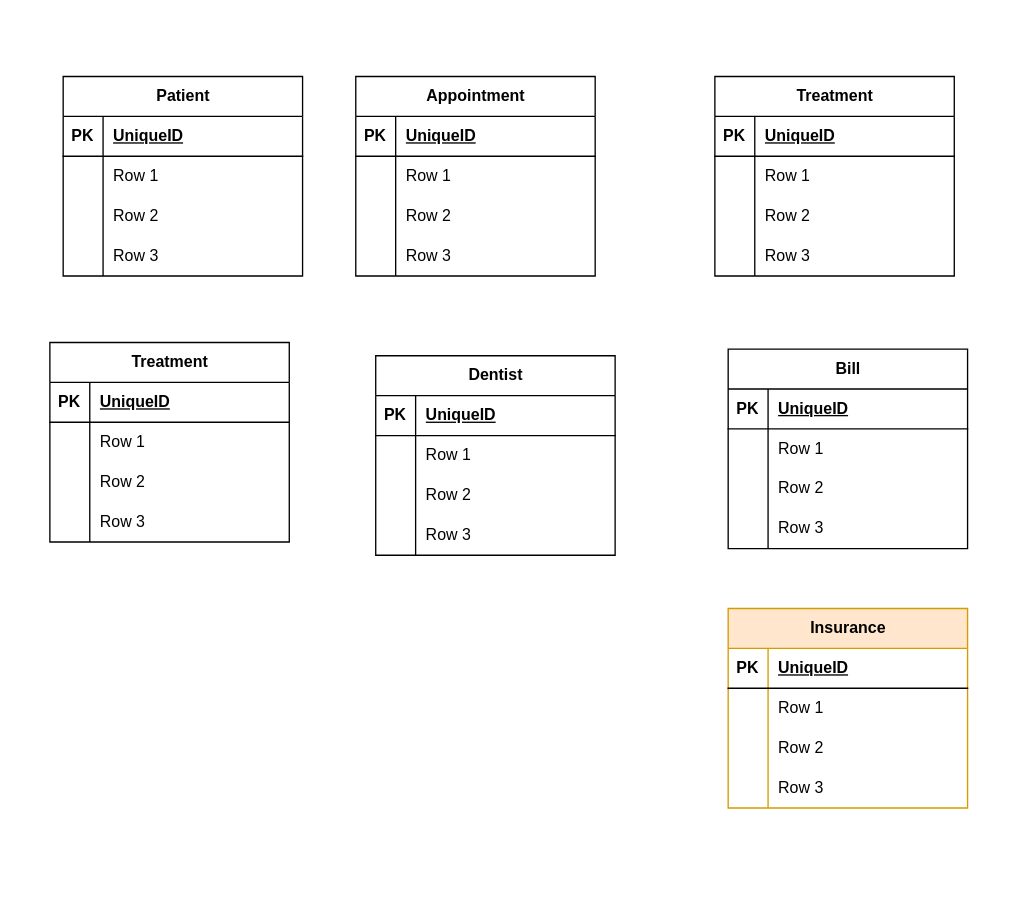
m-bernardin/Database-LIA keeps this draw.io diagram as Deliverable1/erDiagram.drawio. Above is the earlier version. Source tidied: cells renumbered, new cells numbered last; positions are measured from the earlier drawing's top-left corner, leaving out a move shared by most shapes. Both pictures are drawn from the tidied source at 133%, with x=0, y=0 at pixel (49, 76).
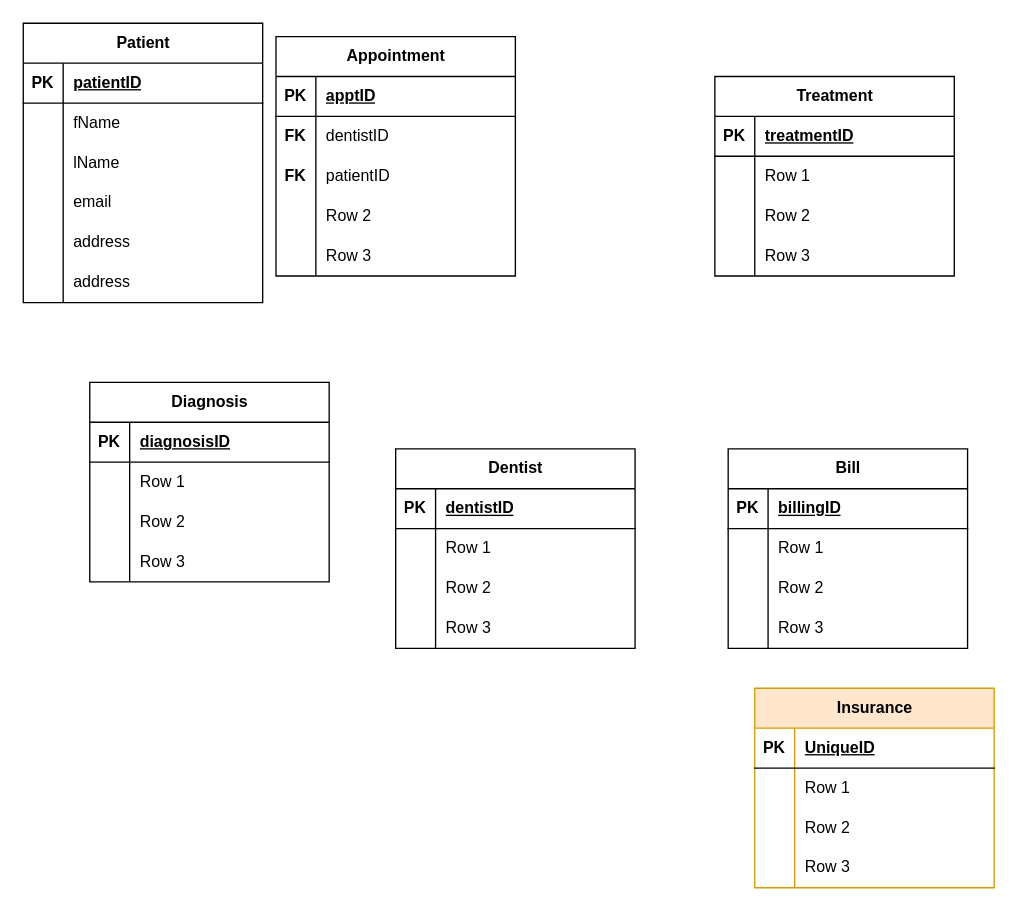
The same diagram, later.

Commit message (it also covers changes not shown here):
added basic entities to er

The change refers to these unchanged cells:
```xml
<mxCell id="3" style="shape=tableRow;horizontal=0;startSize=0;swimlaneHead=0;swimlaneBody=0;fillColor=none;top=0;left=0;right=0;bottom=1;" parent="2" vertex="1">
  <mxGeometry y="30" width="180" height="30" as="geometry" />
</mxCell>
<mxCell id="6" style="shape=tableRow;horizontal=0;startSize=0;swimlaneHead=0;swimlaneBody=0;fillColor=none;top=0;left=0;right=0;bottom=0;" parent="2" vertex="1">
  <mxGeometry y="60" width="180" height="30" as="geometry" />
</mxCell>
<mxCell id="9" style="shape=tableRow;horizontal=0;startSize=0;swimlaneHead=0;swimlaneBody=0;fillColor=none;top=0;left=0;right=0;bottom=0;" parent="2" vertex="1">
  <mxGeometry y="90" width="180" height="30" as="geometry" />
</mxCell>
<mxCell id="12" style="shape=tableRow;horizontal=0;startSize=0;swimlaneHead=0;swimlaneBody=0;fillColor=none;top=0;left=0;right=0;bottom=0;" parent="2" vertex="1">
  <mxGeometry y="120" width="180" height="30" as="geometry" />
</mxCell>
<mxCell id="16" style="shape=tableRow;horizontal=0;startSize=0;swimlaneHead=0;swimlaneBody=0;fillColor=none;top=0;left=0;right=0;bottom=1;" parent="15" vertex="1">
  <mxGeometry y="30" width="180" height="30" as="geometry" />
</mxCell>
<mxCell id="19" style="shape=tableRow;horizontal=0;startSize=0;swimlaneHead=0;swimlaneBody=0;fillColor=none;top=0;left=0;right=0;bottom=0;" parent="15" vertex="1">
  <mxGeometry y="60" width="180" height="30" as="geometry" />
</mxCell>
<mxCell id="29" style="shape=tableRow;horizontal=0;startSize=0;swimlaneHead=0;swimlaneBody=0;fillColor=none;top=0;left=0;right=0;bottom=1;" parent="28" vertex="1">
  <mxGeometry y="30" width="180" height="30" as="geometry" />
</mxCell>
<mxCell id="42" style="shape=tableRow;horizontal=0;startSize=0;swimlaneHead=0;swimlaneBody=0;fillColor=none;top=0;left=0;right=0;bottom=1;" parent="41" vertex="1">
  <mxGeometry y="30" width="180" height="30" as="geometry" />
</mxCell>
<mxCell id="55" style="shape=tableRow;horizontal=0;startSize=0;swimlaneHead=0;swimlaneBody=0;fillColor=none;top=0;left=0;right=0;bottom=1;" parent="54" vertex="1">
  <mxGeometry y="30" width="180" height="30" as="geometry" />
</mxCell>
<mxCell id="68" style="shape=tableRow;horizontal=0;startSize=0;swimlaneHead=0;swimlaneBody=0;fillColor=none;top=0;left=0;right=0;bottom=1;" parent="67" vertex="1">
  <mxGeometry y="30" width="180" height="30" as="geometry" />
</mxCell>
```

What changed in the source:
```diff
@@
     <mxCell id="2" value="Patient" style="shape=table;startSize=30;childLayout=tableLayout;rowLines=0;fontStyle=1;align=center;html=1;" parent="1" vertex="1">
-      <mxGeometry x="10" width="180" height="150" as="geometry" />
+      <mxGeometry x="-20" y="-40" width="180" height="210" as="geometry" />
     </mxCell>
@@
-    <mxCell id="5" value="UniqueID" style="shape=partialRectangle;fillColor=none;top=0;left=0;bottom=0;right=0;align=left;spacingLeft=6;fontStyle=5;overflow=hidden;whiteSpace=wrap;html=1;" parent="3" vertex="1">
+    <mxCell id="5" value="patientID" style="shape=partialRectangle;fillColor=none;top=0;left=0;bottom=0;right=0;align=left;spacingLeft=6;fontStyle=5;overflow=hidden;whiteSpace=wrap;html=1;" parent="3" vertex="1">
       <mxGeometry x="30" width="150" height="30" as="geometry" />
     </mxCell>
@@
-    <mxCell id="8" value="Row 1" style="shape=partialRectangle;fillColor=none;top=0;left=0;bottom=0;right=0;align=left;spacingLeft=6;overflow=hidden;whiteSpace=wrap;html=1;" parent="6" vertex="1">
+    <mxCell id="8" value="fName" style="shape=partialRectangle;fillColor=none;top=0;left=0;bottom=0;right=0;align=left;spacingLeft=6;overflow=hidden;whiteSpace=wrap;html=1;" parent="6" vertex="1">
       <mxGeometry x="30" width="150" height="30" as="geometry" />
     </mxCell>
@@
-    <mxCell id="11" value="Row 2" style="shape=partialRectangle;fillColor=none;top=0;left=0;bottom=0;right=0;align=left;spacingLeft=6;overflow=hidden;whiteSpace=wrap;html=1;" parent="9" vertex="1">
+    <mxCell id="11" value="lName" style="shape=partialRectangle;fillColor=none;top=0;left=0;bottom=0;right=0;align=left;spacingLeft=6;overflow=hidden;whiteSpace=wrap;html=1;" parent="9" vertex="1">
       <mxGeometry x="30" width="150" height="30" as="geometry" />
     </mxCell>
@@
-    <mxCell id="14" value="Row 3" style="shape=partialRectangle;fillColor=none;top=0;left=0;bottom=0;right=0;align=left;spacingLeft=6;overflow=hidden;whiteSpace=wrap;html=1;" parent="12" vertex="1">
+    <mxCell id="14" value="&lt;div&gt;email&lt;/div&gt;" style="shape=partialRectangle;fillColor=none;top=0;left=0;bottom=0;right=0;align=left;spacingLeft=6;overflow=hidden;whiteSpace=wrap;html=1;" parent="12" vertex="1">
       <mxGeometry x="30" width="150" height="30" as="geometry" />
     </mxCell>
+    <mxCell id="93" style="shape=tableRow;horizontal=0;startSize=0;swimlaneHead=0;swimlaneBody=0;fillColor=none;top=0;left=0;right=0;bottom=0;" parent="2" vertex="1">
+      <mxGeometry y="150" width="180" height="30" as="geometry" />
+    </mxCell>
+    <mxCell id="94" style="shape=partialRectangle;fillColor=none;top=0;left=0;bottom=0;right=0;overflow=hidden;whiteSpace=wrap;html=1;" parent="93" vertex="1">
+      <mxGeometry width="30" height="30" as="geometry" />
+    </mxCell>
+    <mxCell id="95" value="address" style="shape=partialRectangle;fillColor=none;top=0;left=0;bottom=0;right=0;align=left;spacingLeft=6;overflow=hidden;whiteSpace=wrap;html=1;" parent="93" vertex="1">
+      <mxGeometry x="30" width="150" height="30" as="geometry" />
+    </mxCell>
+    <mxCell id="96" style="shape=tableRow;horizontal=0;startSize=0;swimlaneHead=0;swimlaneBody=0;fillColor=none;top=0;left=0;right=0;bottom=0;" parent="2" vertex="1">
+      <mxGeometry y="180" width="180" height="30" as="geometry" />
+    </mxCell>
+    <mxCell id="97" style="shape=partialRectangle;fillColor=none;top=0;left=0;bottom=0;right=0;overflow=hidden;whiteSpace=wrap;html=1;" parent="96" vertex="1">
+      <mxGeometry width="30" height="30" as="geometry" />
+    </mxCell>
+    <mxCell id="98" value="address" style="shape=partialRectangle;fillColor=none;top=0;left=0;bottom=0;right=0;align=left;spacingLeft=6;overflow=hidden;whiteSpace=wrap;html=1;" parent="96" vertex="1">
+      <mxGeometry x="30" width="150" height="30" as="geometry" />
+    </mxCell>
     <mxCell id="15" value="Appointment" style="shape=table;startSize=30;childLayout=tableLayout;rowLines=0;fontStyle=1;align=center;html=1;" parent="1" vertex="1">
-      <mxGeometry x="230" width="180" height="150" as="geometry" />
+      <mxGeometry x="170" y="-30" width="180" height="180" as="geometry" />
     </mxCell>
@@
-    <mxCell id="18" value="UniqueID" style="shape=partialRectangle;fillColor=none;top=0;left=0;bottom=0;right=0;align=left;spacingLeft=6;fontStyle=5;overflow=hidden;whiteSpace=wrap;html=1;" parent="16" vertex="1">
+    <mxCell id="18" value="apptID" style="shape=partialRectangle;fillColor=none;top=0;left=0;bottom=0;right=0;align=left;spacingLeft=6;fontStyle=5;overflow=hidden;whiteSpace=wrap;html=1;" parent="16" vertex="1">
       <mxGeometry x="30" width="150" height="30" as="geometry" />
     </mxCell>
@@
-    <mxCell id="20" style="shape=partialRectangle;fillColor=none;top=0;left=0;bottom=0;right=0;overflow=hidden;whiteSpace=wrap;html=1;" parent="19" vertex="1">
+    <mxCell id="20" value="&lt;b&gt;FK&lt;/b&gt;" style="shape=partialRectangle;fillColor=none;top=0;left=0;bottom=0;right=0;overflow=hidden;whiteSpace=wrap;html=1;" parent="19" vertex="1">
       <mxGeometry width="30" height="30" as="geometry" />
     </mxCell>
-    <mxCell id="21" value="Row 1" style="shape=partialRectangle;fillColor=none;top=0;left=0;bottom=0;right=0;align=left;spacingLeft=6;overflow=hidden;whiteSpace=wrap;html=1;" parent="19" vertex="1">
+    <mxCell id="21" value="dentistID" style="shape=partialRectangle;fillColor=none;top=0;left=0;bottom=0;right=0;align=left;spacingLeft=6;overflow=hidden;whiteSpace=wrap;html=1;" parent="19" vertex="1">
       <mxGeometry x="30" width="150" height="30" as="geometry" />
     </mxCell>
+    <mxCell id="99" style="shape=tableRow;horizontal=0;startSize=0;swimlaneHead=0;swimlaneBody=0;fillColor=none;top=0;left=0;right=0;bottom=0;" parent="15" vertex="1">
+      <mxGeometry y="90" width="180" height="30" as="geometry" />
+    </mxCell>
+    <mxCell id="100" value="&lt;b&gt;FK&lt;/b&gt;" style="shape=partialRectangle;fillColor=none;top=0;left=0;bottom=0;right=0;overflow=hidden;whiteSpace=wrap;html=1;" parent="99" vertex="1">
+      <mxGeometry width="30" height="30" as="geometry" />
+    </mxCell>
+    <mxCell id="101" value="patientID" style="shape=partialRectangle;fillColor=none;top=0;left=0;bottom=0;right=0;align=left;spacingLeft=6;overflow=hidden;whiteSpace=wrap;html=1;" parent="99" vertex="1">
+      <mxGeometry x="30" width="150" height="30" as="geometry" />
+    </mxCell>
     <mxCell id="22" style="shape=tableRow;horizontal=0;startSize=0;swimlaneHead=0;swimlaneBody=0;fillColor=none;top=0;left=0;right=0;bottom=0;" parent="15" vertex="1">
-      <mxGeometry y="90" width="180" height="30" as="geometry" />
+      <mxGeometry y="120" width="180" height="30" as="geometry" />
     </mxCell>
@@
     <mxCell id="25" style="shape=tableRow;horizontal=0;startSize=0;swimlaneHead=0;swimlaneBody=0;fillColor=none;top=0;left=0;right=0;bottom=0;" parent="15" vertex="1">
-      <mxGeometry y="120" width="180" height="30" as="geometry" />
+      <mxGeometry y="150" width="180" height="30" as="geometry" />
     </mxCell>
@@
-    <mxCell id="28" value="Treatment" style="shape=table;startSize=30;childLayout=tableLayout;rowLines=0;fontStyle=1;align=center;html=1;" parent="1" vertex="1">
-      <mxGeometry y="200" width="180" height="150" as="geometry" />
+    <mxCell id="28" value="Diagnosis" style="shape=table;startSize=30;childLayout=tableLayout;rowLines=0;fontStyle=1;align=center;html=1;" parent="1" vertex="1">
+      <mxGeometry x="30" y="230" width="180" height="150" as="geometry" />
     </mxCell>
@@
-    <mxCell id="31" value="UniqueID" style="shape=partialRectangle;fillColor=none;top=0;left=0;bottom=0;right=0;align=left;spacingLeft=6;fontStyle=5;overflow=hidden;whiteSpace=wrap;html=1;" parent="29" vertex="1">
+    <mxCell id="31" value="diagnosisID" style="shape=partialRectangle;fillColor=none;top=0;left=0;bottom=0;right=0;align=left;spacingLeft=6;fontStyle=5;overflow=hidden;whiteSpace=wrap;html=1;" parent="29" vertex="1">
       <mxGeometry x="30" width="150" height="30" as="geometry" />
     </mxCell>
@@
     <mxCell id="41" value="Dentist" style="shape=table;startSize=30;childLayout=tableLayout;rowLines=0;fontStyle=1;align=center;html=1;" parent="1" vertex="1">
-      <mxGeometry x="245" y="210" width="180" height="150" as="geometry" />
+      <mxGeometry x="260" y="280" width="180" height="150" as="geometry" />
     </mxCell>
@@
-    <mxCell id="44" value="UniqueID" style="shape=partialRectangle;fillColor=none;top=0;left=0;bottom=0;right=0;align=left;spacingLeft=6;fontStyle=5;overflow=hidden;whiteSpace=wrap;html=1;" parent="42" vertex="1">
+    <mxCell id="44" value="dentistID" style="shape=partialRectangle;fillColor=none;top=0;left=0;bottom=0;right=0;align=left;spacingLeft=6;fontStyle=5;overflow=hidden;whiteSpace=wrap;html=1;" parent="42" vertex="1">
       <mxGeometry x="30" width="150" height="30" as="geometry" />
     </mxCell>
@@
-    <mxCell id="57" value="UniqueID" style="shape=partialRectangle;fillColor=none;top=0;left=0;bottom=0;right=0;align=left;spacingLeft=6;fontStyle=5;overflow=hidden;whiteSpace=wrap;html=1;" parent="55" vertex="1">
+    <mxCell id="57" value="treatmentID" style="shape=partialRectangle;fillColor=none;top=0;left=0;bottom=0;right=0;align=left;spacingLeft=6;fontStyle=5;overflow=hidden;whiteSpace=wrap;html=1;" parent="55" vertex="1">
       <mxGeometry x="30" width="150" height="30" as="geometry" />
     </mxCell>
@@
     <mxCell id="67" value="Bill" style="shape=table;startSize=30;childLayout=tableLayout;rowLines=0;fontStyle=1;align=center;html=1;" parent="1" vertex="1">
-      <mxGeometry x="510" y="205" width="180" height="150" as="geometry" />
+      <mxGeometry x="510" y="280" width="180" height="150" as="geometry" />
     </mxCell>
@@
-    <mxCell id="70" value="UniqueID" style="shape=partialRectangle;fillColor=none;top=0;left=0;bottom=0;right=0;align=left;spacingLeft=6;fontStyle=5;overflow=hidden;whiteSpace=wrap;html=1;" parent="68" vertex="1">
+    <mxCell id="70" value="billingID" style="shape=partialRectangle;fillColor=none;top=0;left=0;bottom=0;right=0;align=left;spacingLeft=6;fontStyle=5;overflow=hidden;whiteSpace=wrap;html=1;" parent="68" vertex="1">
       <mxGeometry x="30" width="150" height="30" as="geometry" />
     </mxCell>
@@
     <mxCell id="80" value="Insurance" style="shape=table;startSize=30;childLayout=tableLayout;rowLines=0;fontStyle=1;align=center;html=1;fillColor=#ffe6cc;strokeColor=#d79b00;" parent="1" vertex="1">
-      <mxGeometry x="510" y="400" width="180" height="150" as="geometry" />
+      <mxGeometry x="530" y="460" width="180" height="150" as="geometry" />
     </mxCell>
```
